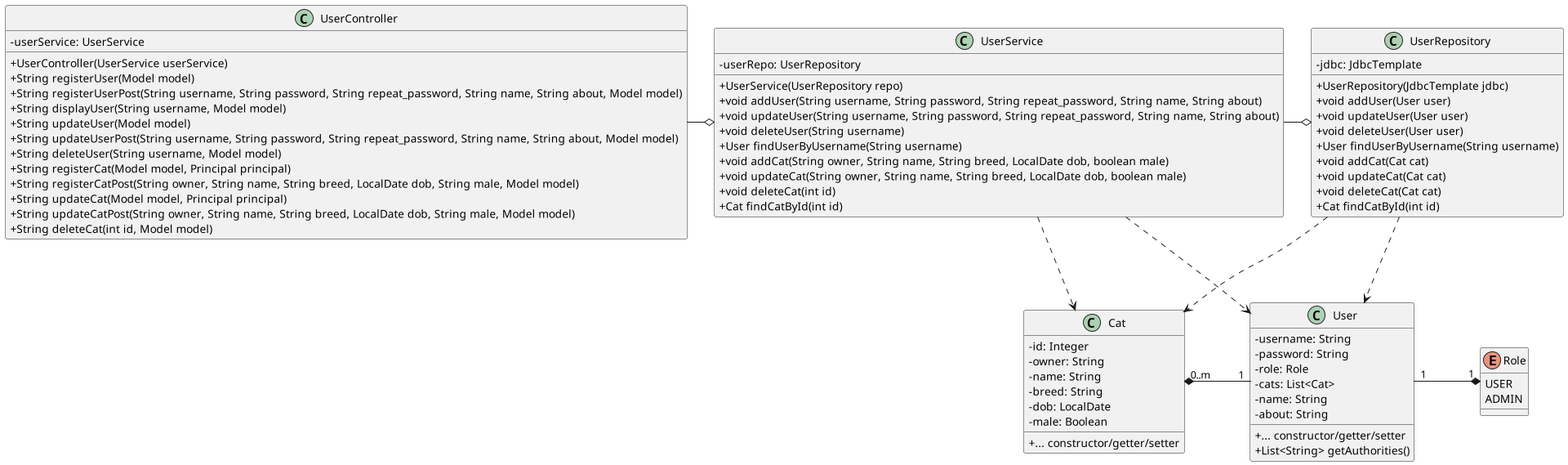
The PlantUML diagram diagram/class-diagram.png in sofush/racekat, before a commit.
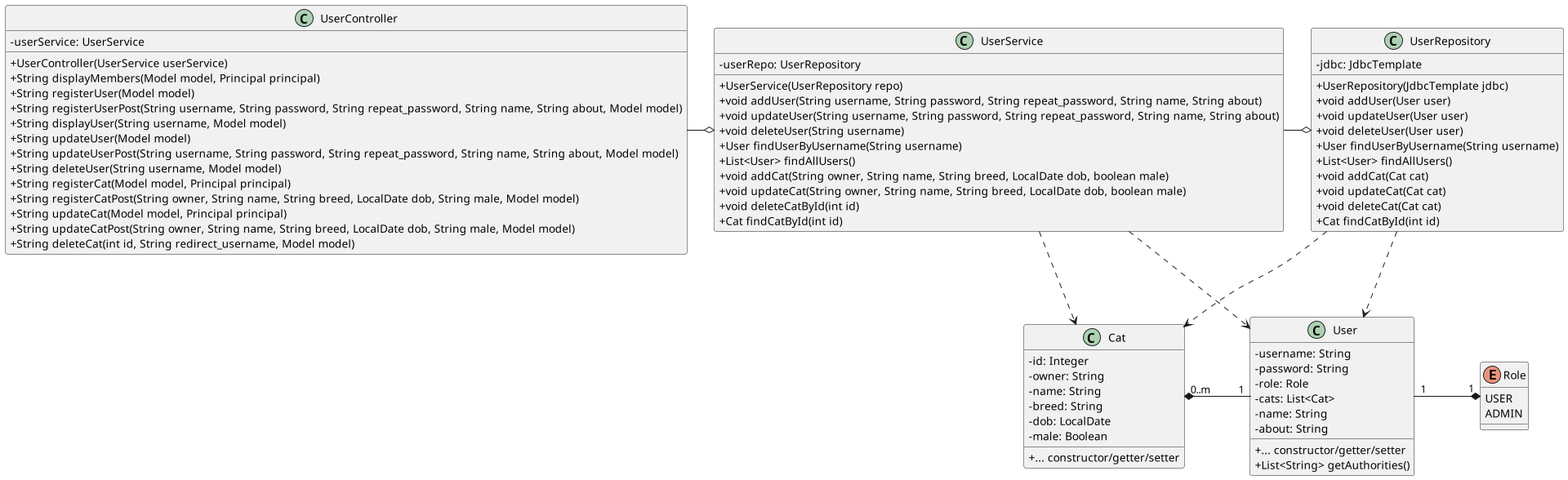
The same diagram one commit later.

What changed in the source:
```diff
@@ -27,6 +27,7 @@
 class UserController {
 	- userService: UserService
 	+ UserController(UserService userService)
+	+ String displayMembers(Model model, Principal principal)
 	+ String registerUser(Model model)
 	+ String registerUserPost(String username, String password, String repeat_password, String name, String about, Model model)
 	+ String displayUser(String username, Model model)
@@ -37,7 +38,7 @@
 	+ String registerCatPost(String owner, String name, String breed, LocalDate dob, String male, Model model)
 	+ String updateCat(Model model, Principal principal)
 	+ String updateCatPost(String owner, String name, String breed, LocalDate dob, String male, Model model)
-	+ String deleteCat(int id, Model model)
+	+ String deleteCat(int id, String redirect_username, Model model)
 }
 class UserService {
 	- userRepo: UserRepository
@@ -46,9 +47,10 @@
 	+ void updateUser(String username, String password, String repeat_password, String name, String about)
 	+ void deleteUser(String username)
 	+ User findUserByUsername(String username)
+	+ List<User> findAllUsers()
 	+ void addCat(String owner, String name, String breed, LocalDate dob, boolean male)
 	+ void updateCat(String owner, String name, String breed, LocalDate dob, boolean male)
-	+ void deleteCat(int id)
+	+ void deleteCatById(int id)
 	+ Cat findCatById(int id)
 }
 class UserRepository {
@@ -58,6 +60,7 @@
 	+ void updateUser(User user)
 	+ void deleteUser(User user)
 	+ User findUserByUsername(String username)
+	+ List<User> findAllUsers()
 	+ void addCat(Cat cat)
 	+ void updateCat(Cat cat)
 	+ void deleteCat(Cat cat)
```
